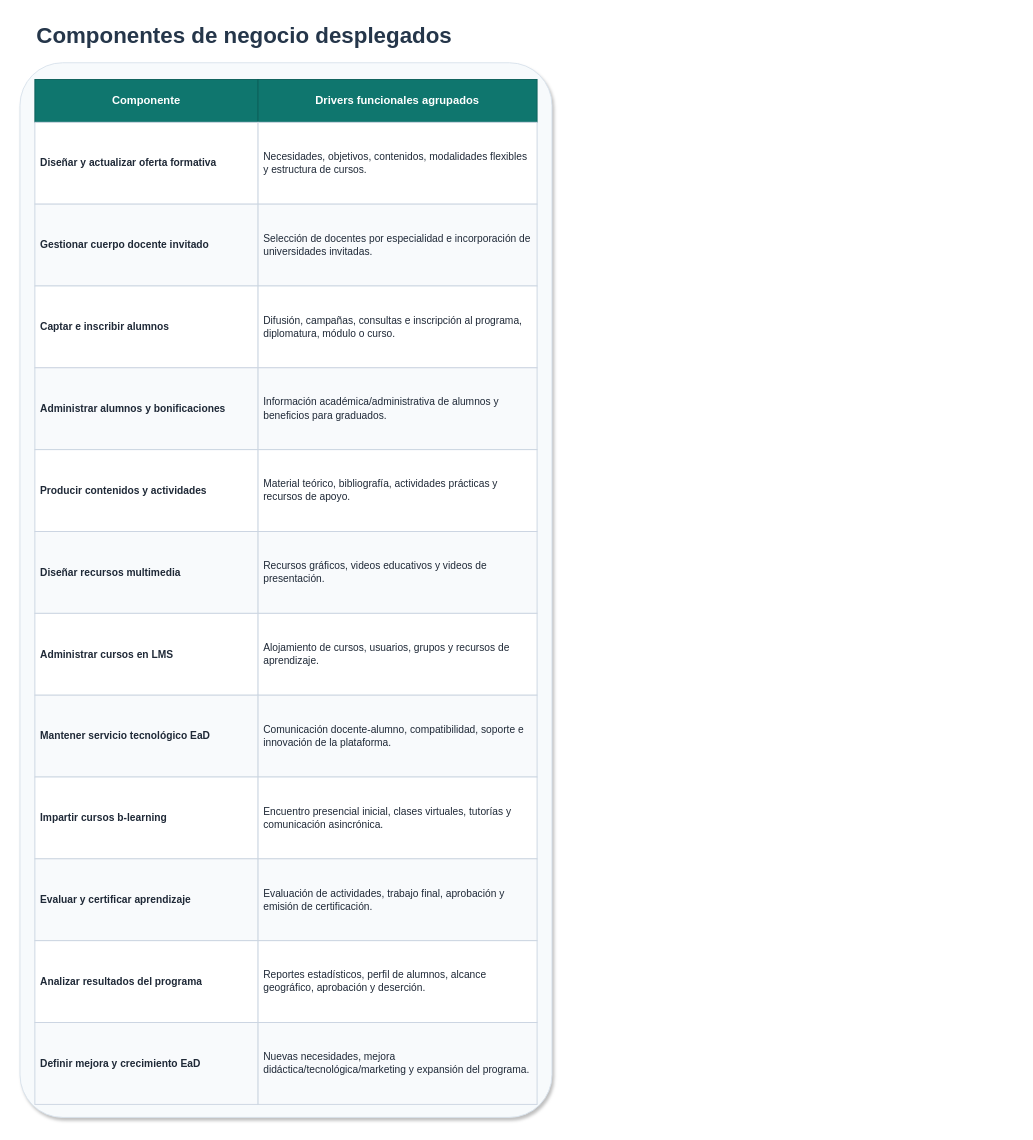
Above: page "Componentes de negocio desplegados" (2 of 3) of diagramas/tablas/Tablas_Arquitectura_Despliegue_BLearning.drawio in Jsue46/exposicionayd (draw.io), before the change. Source tidied: cells renumbered, new cells numbered last; positions are measured from the earlier drawing's top-left corner, leaving out a move shared by most shapes. Both pictures are drawn from the tidied source at 93%, with x=0, y=0 at pixel (20, 16).
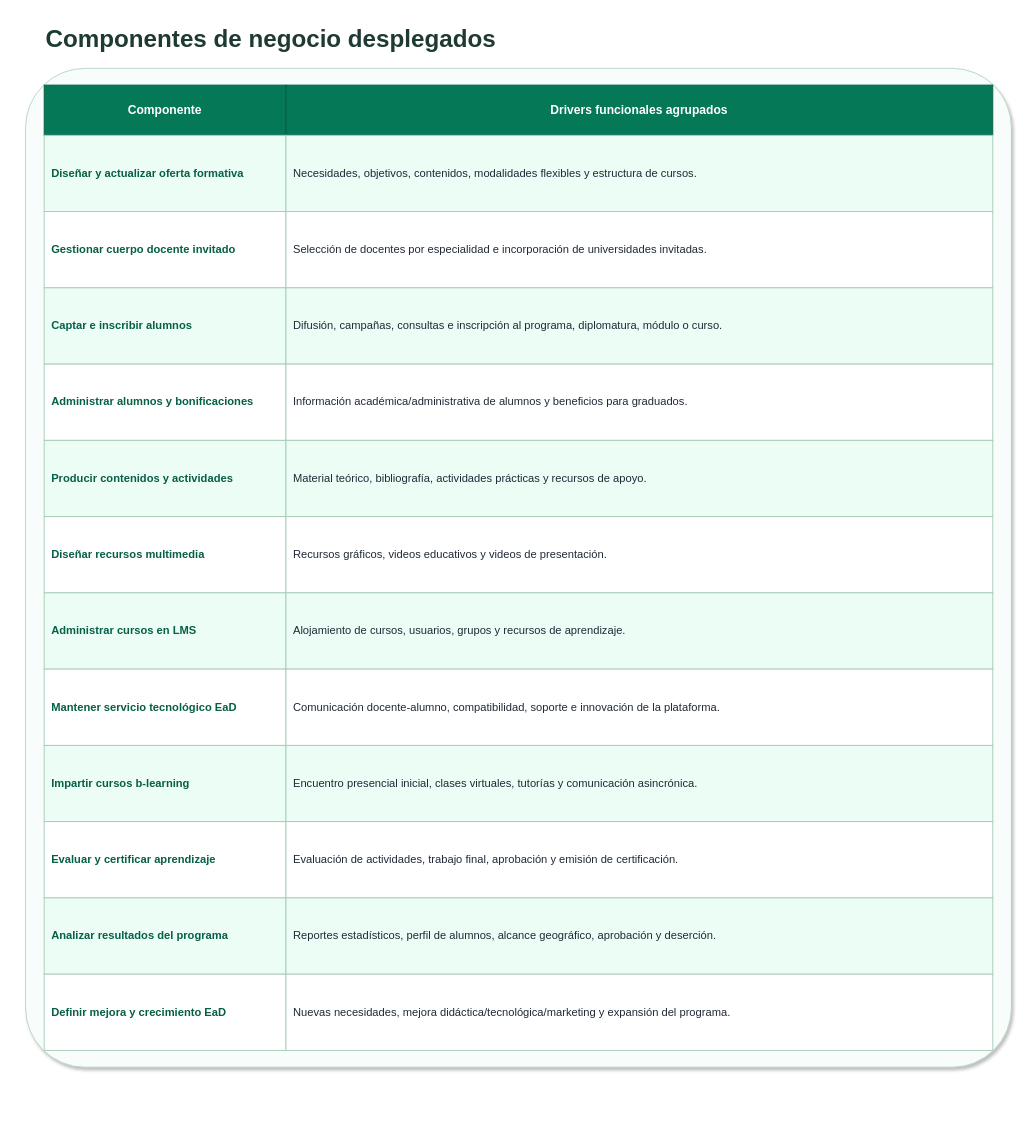
The same page after the edit.

The edit, as a diff of the source:
```diff
@@
-    <mxCell id="2" value="Componentes de negocio desplegados" style="text;html=1;strokeColor=none;fillColor=none;align=left;verticalAlign=middle;whiteSpace=wrap;rounded=0;fontSize=24;fontStyle=1;fontColor=#25364A;" parent="1" vertex="1">
-      <mxGeometry x="16" width="540" height="42" as="geometry" />
+    <mxCell id="2" value="Componentes de negocio desplegados" style="text;html=1;strokeColor=none;fillColor=none;align=left;verticalAlign=middle;whiteSpace=wrap;rounded=0;fontSize=26;fontStyle=1;fontColor=#1F3A33;" parent="1" vertex="1">
+      <mxGeometry x="26" y="2" width="1020" height="46" as="geometry" />
     </mxCell>
-    <mxCell id="3" style="rounded=1;whiteSpace=wrap;html=1;fillColor=#F7FAFC;strokeColor=#D9E2EC;arcSize=8;shadow=1;" parent="1" vertex="1">
-      <mxGeometry y="50" width="572" height="1134" as="geometry" />
+    <mxCell id="3" style="rounded=1;whiteSpace=wrap;html=1;fillColor=#F8FCFA;strokeColor=#B7D7C2;arcSize=6;shadow=1;" parent="1" vertex="1">
+      <mxGeometry x="6" y="56" width="1060" height="1074" as="geometry" />
     </mxCell>
-    <mxCell id="4" value="Componente" style="rounded=0;whiteSpace=wrap;html=1;fillColor=#0F766E;strokeColor=#0B5F59;fontColor=#FFFFFF;fontStyle=1;align=center;verticalAlign=middle;fontSize=12;spacing=6;" parent="1" vertex="1">
-      <mxGeometry x="16" y="68" width="240" height="46" as="geometry" />
+    <mxCell id="4" value="Componente" style="rounded=0;whiteSpace=wrap;html=1;fillColor=#047857;strokeColor=#065F46;fontColor=#FFFFFF;fontStyle=1;align=center;verticalAlign=middle;fontSize=13;spacing=8;" parent="1" vertex="1">
+      <mxGeometry x="26" y="74" width="260" height="54" as="geometry" />
     </mxCell>
-    <mxCell id="5" value="Drivers funcionales agrupados" style="rounded=0;whiteSpace=wrap;html=1;fillColor=#0F766E;strokeColor=#0B5F59;fontColor=#FFFFFF;fontStyle=1;align=center;verticalAlign=middle;fontSize=12;spacing=6;" parent="1" vertex="1">
-      <mxGeometry x="256" y="68" width="300" height="46" as="geometry" />
+    <mxCell id="5" value="Drivers funcionales agrupados" style="rounded=0;whiteSpace=wrap;html=1;fillColor=#047857;strokeColor=#065F46;fontColor=#FFFFFF;fontStyle=1;align=center;verticalAlign=middle;fontSize=13;spacing=8;" parent="1" vertex="1">
+      <mxGeometry x="286" y="74" width="760" height="54" as="geometry" />
     </mxCell>
-    <mxCell id="6" value="Diseñar y actualizar oferta formativa" style="rounded=0;whiteSpace=wrap;html=1;fillColor=#FFFFFF;strokeColor=#CBD5E1;fontColor=#1F2937;fontStyle=1;align=left;verticalAlign=middle;fontSize=11;spacing=6;" parent="1" vertex="1">
-      <mxGeometry x="16" y="114" width="240" height="88" as="geometry" />
+    <mxCell id="6" value="Diseñar y actualizar oferta formativa" style="rounded=0;whiteSpace=wrap;html=1;fillColor=#ECFDF5;strokeColor=#A7CBB6;fontColor=#065F46;fontStyle=1;align=left;verticalAlign=middle;fontSize=12;spacing=8;" parent="1" vertex="1">
+      <mxGeometry x="26" y="128" width="260" height="82" as="geometry" />
     </mxCell>
-    <mxCell id="7" value="Necesidades, objetivos, contenidos, modalidades flexibles y estructura de cursos." style="rounded=0;whiteSpace=wrap;html=1;fillColor=#FFFFFF;strokeColor=#CBD5E1;fontColor=#1F2937;fontStyle=0;align=left;verticalAlign=middle;fontSize=11;spacing=6;" parent="1" vertex="1">
-      <mxGeometry x="256" y="114" width="300" height="88" as="geometry" />
+    <mxCell id="7" value="Necesidades, objetivos, contenidos, modalidades flexibles y estructura de cursos." style="rounded=0;whiteSpace=wrap;html=1;fillColor=#ECFDF5;strokeColor=#A7CBB6;fontColor=#1F2937;fontStyle=0;align=left;verticalAlign=middle;fontSize=12;spacing=8;" parent="1" vertex="1">
+      <mxGeometry x="286" y="128" width="760" height="82" as="geometry" />
     </mxCell>
-    <mxCell id="8" value="Gestionar cuerpo docente invitado" style="rounded=0;whiteSpace=wrap;html=1;fillColor=#F8FAFC;strokeColor=#CBD5E1;fontColor=#1F2937;fontStyle=1;align=left;verticalAlign=middle;fontSize=11;spacing=6;" parent="1" vertex="1">
-      <mxGeometry x="16" y="202" width="240" height="88" as="geometry" />
+    <mxCell id="8" value="Gestionar cuerpo docente invitado" style="rounded=0;whiteSpace=wrap;html=1;fillColor=#FFFFFF;strokeColor=#A7CBB6;fontColor=#065F46;fontStyle=1;align=left;verticalAlign=middle;fontSize=12;spacing=8;" parent="1" vertex="1">
+      <mxGeometry x="26" y="210" width="260" height="82" as="geometry" />
     </mxCell>
-    <mxCell id="9" value="Selección de docentes por especialidad e incorporación de universidades invitadas." style="rounded=0;whiteSpace=wrap;html=1;fillColor=#F8FAFC;strokeColor=#CBD5E1;fontColor=#1F2937;fontStyle=0;align=left;verticalAlign=middle;fontSize=11;spacing=6;" parent="1" vertex="1">
-      <mxGeometry x="256" y="202" width="300" height="88" as="geometry" />
+    <mxCell id="9" value="Selección de docentes por especialidad e incorporación de universidades invitadas." style="rounded=0;whiteSpace=wrap;html=1;fillColor=#FFFFFF;strokeColor=#A7CBB6;fontColor=#1F2937;fontStyle=0;align=left;verticalAlign=middle;fontSize=12;spacing=8;" parent="1" vertex="1">
+      <mxGeometry x="286" y="210" width="760" height="82" as="geometry" />
     </mxCell>
-    <mxCell id="10" value="Captar e inscribir alumnos" style="rounded=0;whiteSpace=wrap;html=1;fillColor=#FFFFFF;strokeColor=#CBD5E1;fontColor=#1F2937;fontStyle=1;align=left;verticalAlign=middle;fontSize=11;spacing=6;" parent="1" vertex="1">
-      <mxGeometry x="16" y="290" width="240" height="88" as="geometry" />
+    <mxCell id="10" value="Captar e inscribir alumnos" style="rounded=0;whiteSpace=wrap;html=1;fillColor=#ECFDF5;strokeColor=#A7CBB6;fontColor=#065F46;fontStyle=1;align=left;verticalAlign=middle;fontSize=12;spacing=8;" parent="1" vertex="1">
+      <mxGeometry x="26" y="292" width="260" height="82" as="geometry" />
     </mxCell>
-    <mxCell id="11" value="Difusión, campañas, consultas e inscripción al programa, diplomatura, módulo o curso." style="rounded=0;whiteSpace=wrap;html=1;fillColor=#FFFFFF;strokeColor=#CBD5E1;fontColor=#1F2937;fontStyle=0;align=left;verticalAlign=middle;fontSize=11;spacing=6;" parent="1" vertex="1">
-      <mxGeometry x="256" y="290" width="300" height="88" as="geometry" />
+    <mxCell id="11" value="Difusión, campañas, consultas e inscripción al programa, diplomatura, módulo o curso." style="rounded=0;whiteSpace=wrap;html=1;fillColor=#ECFDF5;strokeColor=#A7CBB6;fontColor=#1F2937;fontStyle=0;align=left;verticalAlign=middle;fontSize=12;spacing=8;" parent="1" vertex="1">
+      <mxGeometry x="286" y="292" width="760" height="82" as="geometry" />
     </mxCell>
-    <mxCell id="12" value="Administrar alumnos y bonificaciones" style="rounded=0;whiteSpace=wrap;html=1;fillColor=#F8FAFC;strokeColor=#CBD5E1;fontColor=#1F2937;fontStyle=1;align=left;verticalAlign=middle;fontSize=11;spacing=6;" parent="1" vertex="1">
-      <mxGeometry x="16" y="378" width="240" height="88" as="geometry" />
+    <mxCell id="12" value="Administrar alumnos y bonificaciones" style="rounded=0;whiteSpace=wrap;html=1;fillColor=#FFFFFF;strokeColor=#A7CBB6;fontColor=#065F46;fontStyle=1;align=left;verticalAlign=middle;fontSize=12;spacing=8;" parent="1" vertex="1">
+      <mxGeometry x="26" y="374" width="260" height="82" as="geometry" />
     </mxCell>
-    <mxCell id="13" value="Información académica/administrativa de alumnos y beneficios para graduados." style="rounded=0;whiteSpace=wrap;html=1;fillColor=#F8FAFC;strokeColor=#CBD5E1;fontColor=#1F2937;fontStyle=0;align=left;verticalAlign=middle;fontSize=11;spacing=6;" parent="1" vertex="1">
-      <mxGeometry x="256" y="378" width="300" height="88" as="geometry" />
+    <mxCell id="13" value="Información académica/administrativa de alumnos y beneficios para graduados." style="rounded=0;whiteSpace=wrap;html=1;fillColor=#FFFFFF;strokeColor=#A7CBB6;fontColor=#1F2937;fontStyle=0;align=left;verticalAlign=middle;fontSize=12;spacing=8;" parent="1" vertex="1">
+      <mxGeometry x="286" y="374" width="760" height="82" as="geometry" />
     </mxCell>
-    <mxCell id="14" value="Producir contenidos y actividades" style="rounded=0;whiteSpace=wrap;html=1;fillColor=#FFFFFF;strokeColor=#CBD5E1;fontColor=#1F2937;fontStyle=1;align=left;verticalAlign=middle;fontSize=11;spacing=6;" parent="1" vertex="1">
-      <mxGeometry x="16" y="466" width="240" height="88" as="geometry" />
+    <mxCell id="14" value="Producir contenidos y actividades" style="rounded=0;whiteSpace=wrap;html=1;fillColor=#ECFDF5;strokeColor=#A7CBB6;fontColor=#065F46;fontStyle=1;align=left;verticalAlign=middle;fontSize=12;spacing=8;" parent="1" vertex="1">
+      <mxGeometry x="26" y="456" width="260" height="82" as="geometry" />
     </mxCell>
-    <mxCell id="15" value="Material teórico, bibliografía, actividades prácticas y recursos de apoyo." style="rounded=0;whiteSpace=wrap;html=1;fillColor=#FFFFFF;strokeColor=#CBD5E1;fontColor=#1F2937;fontStyle=0;align=left;verticalAlign=middle;fontSize=11;spacing=6;" parent="1" vertex="1">
-      <mxGeometry x="256" y="466" width="300" height="88" as="geometry" />
+    <mxCell id="15" value="Material teórico, bibliografía, actividades prácticas y recursos de apoyo." style="rounded=0;whiteSpace=wrap;html=1;fillColor=#ECFDF5;strokeColor=#A7CBB6;fontColor=#1F2937;fontStyle=0;align=left;verticalAlign=middle;fontSize=12;spacing=8;" parent="1" vertex="1">
+      <mxGeometry x="286" y="456" width="760" height="82" as="geometry" />
     </mxCell>
-    <mxCell id="16" value="Diseñar recursos multimedia" style="rounded=0;whiteSpace=wrap;html=1;fillColor=#F8FAFC;strokeColor=#CBD5E1;fontColor=#1F2937;fontStyle=1;align=left;verticalAlign=middle;fontSize=11;spacing=6;" parent="1" vertex="1">
-      <mxGeometry x="16" y="554" width="240" height="88" as="geometry" />
+    <mxCell id="16" value="Diseñar recursos multimedia" style="rounded=0;whiteSpace=wrap;html=1;fillColor=#FFFFFF;strokeColor=#A7CBB6;fontColor=#065F46;fontStyle=1;align=left;verticalAlign=middle;fontSize=12;spacing=8;" parent="1" vertex="1">
+      <mxGeometry x="26" y="538" width="260" height="82" as="geometry" />
     </mxCell>
-    <mxCell id="17" value="Recursos gráficos, videos educativos y videos de presentación." style="rounded=0;whiteSpace=wrap;html=1;fillColor=#F8FAFC;strokeColor=#CBD5E1;fontColor=#1F2937;fontStyle=0;align=left;verticalAlign=middle;fontSize=11;spacing=6;" parent="1" vertex="1">
-      <mxGeometry x="256" y="554" width="300" height="88" as="geometry" />
+    <mxCell id="17" value="Recursos gráficos, videos educativos y videos de presentación." style="rounded=0;whiteSpace=wrap;html=1;fillColor=#FFFFFF;strokeColor=#A7CBB6;fontColor=#1F2937;fontStyle=0;align=left;verticalAlign=middle;fontSize=12;spacing=8;" parent="1" vertex="1">
+      <mxGeometry x="286" y="538" width="760" height="82" as="geometry" />
     </mxCell>
-    <mxCell id="18" value="Administrar cursos en LMS" style="rounded=0;whiteSpace=wrap;html=1;fillColor=#FFFFFF;strokeColor=#CBD5E1;fontColor=#1F2937;fontStyle=1;align=left;verticalAlign=middle;fontSize=11;spacing=6;" parent="1" vertex="1">
-      <mxGeometry x="16" y="642" width="240" height="88" as="geometry" />
+    <mxCell id="18" value="Administrar cursos en LMS" style="rounded=0;whiteSpace=wrap;html=1;fillColor=#ECFDF5;strokeColor=#A7CBB6;fontColor=#065F46;fontStyle=1;align=left;verticalAlign=middle;fontSize=12;spacing=8;" parent="1" vertex="1">
+      <mxGeometry x="26" y="620" width="260" height="82" as="geometry" />
     </mxCell>
-    <mxCell id="19" value="Alojamiento de cursos, usuarios, grupos y recursos de aprendizaje." style="rounded=0;whiteSpace=wrap;html=1;fillColor=#FFFFFF;strokeColor=#CBD5E1;fontColor=#1F2937;fontStyle=0;align=left;verticalAlign=middle;fontSize=11;spacing=6;" parent="1" vertex="1">
-      <mxGeometry x="256" y="642" width="300" height="88" as="geometry" />
+    <mxCell id="19" value="Alojamiento de cursos, usuarios, grupos y recursos de aprendizaje." style="rounded=0;whiteSpace=wrap;html=1;fillColor=#ECFDF5;strokeColor=#A7CBB6;fontColor=#1F2937;fontStyle=0;align=left;verticalAlign=middle;fontSize=12;spacing=8;" parent="1" vertex="1">
+      <mxGeometry x="286" y="620" width="760" height="82" as="geometry" />
     </mxCell>
-    <mxCell id="20" value="Mantener servicio tecnológico EaD" style="rounded=0;whiteSpace=wrap;html=1;fillColor=#F8FAFC;strokeColor=#CBD5E1;fontColor=#1F2937;fontStyle=1;align=left;verticalAlign=middle;fontSize=11;spacing=6;" parent="1" vertex="1">
-      <mxGeometry x="16" y="730" width="240" height="88" as="geometry" />
+    <mxCell id="20" value="Mantener servicio tecnológico EaD" style="rounded=0;whiteSpace=wrap;html=1;fillColor=#FFFFFF;strokeColor=#A7CBB6;fontColor=#065F46;fontStyle=1;align=left;verticalAlign=middle;fontSize=12;spacing=8;" parent="1" vertex="1">
+      <mxGeometry x="26" y="702" width="260" height="82" as="geometry" />
     </mxCell>
-    <mxCell id="21" value="Comunicación docente-alumno, compatibilidad, soporte e innovación de la plataforma." style="rounded=0;whiteSpace=wrap;html=1;fillColor=#F8FAFC;strokeColor=#CBD5E1;fontColor=#1F2937;fontStyle=0;align=left;verticalAlign=middle;fontSize=11;spacing=6;" parent="1" vertex="1">
-      <mxGeometry x="256" y="730" width="300" height="88" as="geometry" />
+    <mxCell id="21" value="Comunicación docente-alumno, compatibilidad, soporte e innovación de la plataforma." style="rounded=0;whiteSpace=wrap;html=1;fillColor=#FFFFFF;strokeColor=#A7CBB6;fontColor=#1F2937;fontStyle=0;align=left;verticalAlign=middle;fontSize=12;spacing=8;" parent="1" vertex="1">
+      <mxGeometry x="286" y="702" width="760" height="82" as="geometry" />
     </mxCell>
-    <mxCell id="22" value="Impartir cursos b-learning" style="rounded=0;whiteSpace=wrap;html=1;fillColor=#FFFFFF;strokeColor=#CBD5E1;fontColor=#1F2937;fontStyle=1;align=left;verticalAlign=middle;fontSize=11;spacing=6;" parent="1" vertex="1">
-      <mxGeometry x="16" y="818" width="240" height="88" as="geometry" />
+    <mxCell id="22" value="Impartir cursos b-learning" style="rounded=0;whiteSpace=wrap;html=1;fillColor=#ECFDF5;strokeColor=#A7CBB6;fontColor=#065F46;fontStyle=1;align=left;verticalAlign=middle;fontSize=12;spacing=8;" parent="1" vertex="1">
+      <mxGeometry x="26" y="784" width="260" height="82" as="geometry" />
     </mxCell>
-    <mxCell id="23" value="Encuentro presencial inicial, clases virtuales, tutorías y comunicación asincrónica." style="rounded=0;whiteSpace=wrap;html=1;fillColor=#FFFFFF;strokeColor=#CBD5E1;fontColor=#1F2937;fontStyle=0;align=left;verticalAlign=middle;fontSize=11;spacing=6;" parent="1" vertex="1">
-      <mxGeometry x="256" y="818" width="300" height="88" as="geometry" />
+    <mxCell id="23" value="Encuentro presencial inicial, clases virtuales, tutorías y comunicación asincrónica." style="rounded=0;whiteSpace=wrap;html=1;fillColor=#ECFDF5;strokeColor=#A7CBB6;fontColor=#1F2937;fontStyle=0;align=left;verticalAlign=middle;fontSize=12;spacing=8;" parent="1" vertex="1">
+      <mxGeometry x="286" y="784" width="760" height="82" as="geometry" />
     </mxCell>
-    <mxCell id="24" value="Evaluar y certificar aprendizaje" style="rounded=0;whiteSpace=wrap;html=1;fillColor=#F8FAFC;strokeColor=#CBD5E1;fontColor=#1F2937;fontStyle=1;align=left;verticalAlign=middle;fontSize=11;spacing=6;" parent="1" vertex="1">
-      <mxGeometry x="16" y="906" width="240" height="88" as="geometry" />
+    <mxCell id="24" value="Evaluar y certificar aprendizaje" style="rounded=0;whiteSpace=wrap;html=1;fillColor=#FFFFFF;strokeColor=#A7CBB6;fontColor=#065F46;fontStyle=1;align=left;verticalAlign=middle;fontSize=12;spacing=8;" parent="1" vertex="1">
+      <mxGeometry x="26" y="866" width="260" height="82" as="geometry" />
     </mxCell>
-    <mxCell id="25" value="Evaluación de actividades, trabajo final, aprobación y emisión de certificación." style="rounded=0;whiteSpace=wrap;html=1;fillColor=#F8FAFC;strokeColor=#CBD5E1;fontColor=#1F2937;fontStyle=0;align=left;verticalAlign=middle;fontSize=11;spacing=6;" parent="1" vertex="1">
-      <mxGeometry x="256" y="906" width="300" height="88" as="geometry" />
+    <mxCell id="25" value="Evaluación de actividades, trabajo final, aprobación y emisión de certificación." style="rounded=0;whiteSpace=wrap;html=1;fillColor=#FFFFFF;strokeColor=#A7CBB6;fontColor=#1F2937;fontStyle=0;align=left;verticalAlign=middle;fontSize=12;spacing=8;" parent="1" vertex="1">
+      <mxGeometry x="286" y="866" width="760" height="82" as="geometry" />
     </mxCell>
-    <mxCell id="26" value="Analizar resultados del programa" style="rounded=0;whiteSpace=wrap;html=1;fillColor=#FFFFFF;strokeColor=#CBD5E1;fontColor=#1F2937;fontStyle=1;align=left;verticalAlign=middle;fontSize=11;spacing=6;" parent="1" vertex="1">
-      <mxGeometry x="16" y="994" width="240" height="88" as="geometry" />
+    <mxCell id="26" value="Analizar resultados del programa" style="rounded=0;whiteSpace=wrap;html=1;fillColor=#ECFDF5;strokeColor=#A7CBB6;fontColor=#065F46;fontStyle=1;align=left;verticalAlign=middle;fontSize=12;spacing=8;" parent="1" vertex="1">
+      <mxGeometry x="26" y="948" width="260" height="82" as="geometry" />
     </mxCell>
-    <mxCell id="27" value="Reportes estadísticos, perfil de alumnos, alcance geográfico, aprobación y deserción." style="rounded=0;whiteSpace=wrap;html=1;fillColor=#FFFFFF;strokeColor=#CBD5E1;fontColor=#1F2937;fontStyle=0;align=left;verticalAlign=middle;fontSize=11;spacing=6;" parent="1" vertex="1">
-      <mxGeometry x="256" y="994" width="300" height="88" as="geometry" />
+    <mxCell id="27" value="Reportes estadísticos, perfil de alumnos, alcance geográfico, aprobación y deserción." style="rounded=0;whiteSpace=wrap;html=1;fillColor=#ECFDF5;strokeColor=#A7CBB6;fontColor=#1F2937;fontStyle=0;align=left;verticalAlign=middle;fontSize=12;spacing=8;" parent="1" vertex="1">
+      <mxGeometry x="286" y="948" width="760" height="82" as="geometry" />
     </mxCell>
-    <mxCell id="28" value="Definir mejora y crecimiento EaD" style="rounded=0;whiteSpace=wrap;html=1;fillColor=#F8FAFC;strokeColor=#CBD5E1;fontColor=#1F2937;fontStyle=1;align=left;verticalAlign=middle;fontSize=11;spacing=6;" parent="1" vertex="1">
-      <mxGeometry x="16" y="1082" width="240" height="88" as="geometry" />
+    <mxCell id="28" value="Definir mejora y crecimiento EaD" style="rounded=0;whiteSpace=wrap;html=1;fillColor=#FFFFFF;strokeColor=#A7CBB6;fontColor=#065F46;fontStyle=1;align=left;verticalAlign=middle;fontSize=12;spacing=8;" parent="1" vertex="1">
+      <mxGeometry x="26" y="1030" width="260" height="82" as="geometry" />
     </mxCell>
-    <mxCell id="29" value="Nuevas necesidades, mejora didáctica/tecnológica/marketing y expansión del programa." style="rounded=0;whiteSpace=wrap;html=1;fillColor=#F8FAFC;strokeColor=#CBD5E1;fontColor=#1F2937;fontStyle=0;align=left;verticalAlign=middle;fontSize=11;spacing=6;" parent="1" vertex="1">
-      <mxGeometry x="256" y="1082" width="300" height="88" as="geometry" />
+    <mxCell id="29" value="Nuevas necesidades, mejora didáctica/tecnológica/marketing y expansión del programa." style="rounded=0;whiteSpace=wrap;html=1;fillColor=#FFFFFF;strokeColor=#A7CBB6;fontColor=#1F2937;fontStyle=0;align=left;verticalAlign=middle;fontSize=12;spacing=8;" parent="1" vertex="1">
+      <mxGeometry x="286" y="1030" width="760" height="82" as="geometry" />
     </mxCell>
```
